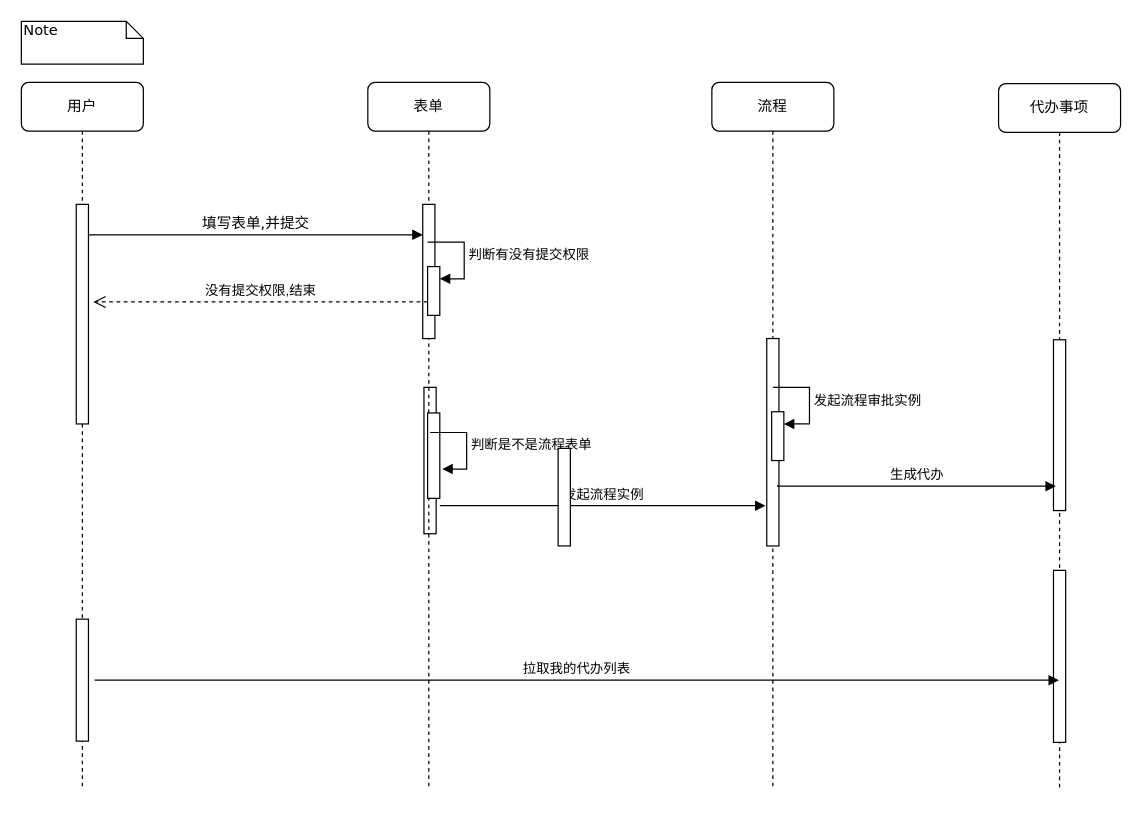
The draw.io diagram 未命名绘图.drawio in linxinqiang90/drawio, before the edit. Source tidied: cells renumbered, new cells numbered last; positions are measured from the earlier drawing's top-left corner, leaving out a move shared by most shapes. Both pictures are drawn from the tidied source at 122%, with x=0, y=0 at pixel (21, 21).
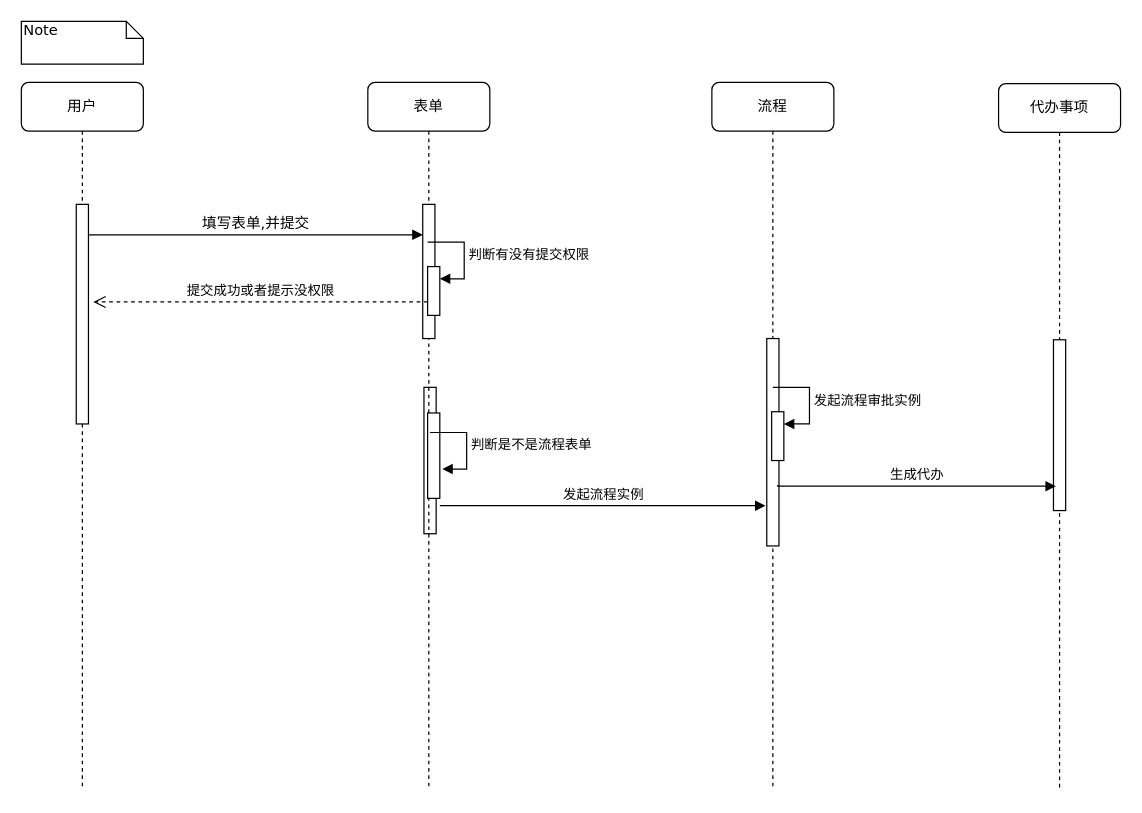
The same diagram, later.

Commit message (it also covers changes not shown here):
更新未命名绘图.drawio

Unchanged cells that the change refers to:
```xml
<mxCell id="3" value="表单" style="shape=umlLifeline;perimeter=lifelinePerimeter;whiteSpace=wrap;html=1;rounded=1;shadow=0;comic=0;labelBackgroundColor=none;strokeWidth=1;fontFamily=Verdana;fontSize=12;align=center;" parent="1" vertex="1">
  <mxGeometry x="284" y="50" width="100" height="580" as="geometry" />
</mxCell>
<mxCell id="11" value="用户" style="shape=umlLifeline;perimeter=lifelinePerimeter;whiteSpace=wrap;html=1;rounded=1;shadow=0;comic=0;labelBackgroundColor=none;strokeWidth=1;fontFamily=Verdana;fontSize=12;align=center;" parent="1" vertex="1">
  <mxGeometry y="50" width="100" height="580" as="geometry" />
</mxCell>
<mxCell id="12" style="html=1;points=[];perimeter=orthogonalPerimeter;rounded=0;shadow=0;comic=0;labelBackgroundColor=none;strokeWidth=1;fontFamily=Verdana;fontSize=12;align=center;" parent="11" vertex="1">
  <mxGeometry x="45" y="100" width="10" height="180" as="geometry" />
</mxCell>
<mxCell id="19" value="代办事项" style="shape=umlLifeline;perimeter=lifelinePerimeter;whiteSpace=wrap;html=1;outlineConnect=0;rounded=1;shadow=0;comic=0;labelBackgroundColor=none;strokeWidth=1;fontFamily=Verdana;fontSize=12;align=center;" parent="1" vertex="1">
  <mxGeometry x="801" y="51" width="100" height="580" as="geometry" />
</mxCell>
```

The edit, as a diff of the source:
```diff
@@
-    <mxCell id="6" value="没有提交权限,结束" style="html=1;verticalAlign=bottom;endArrow=open;dashed=1;endSize=8;edgeStyle=elbowEdgeStyle;elbow=vertical;curved=0;rounded=0;entryX=1.4;entryY=0.439;entryDx=0;entryDy=0;entryPerimeter=0;" parent="3" edge="1" target="12">
+    <mxCell id="6" value="提交成功或者提示没权限" style="html=1;verticalAlign=bottom;endArrow=open;dashed=1;endSize=8;edgeStyle=elbowEdgeStyle;elbow=vertical;curved=0;rounded=0;entryX=1.4;entryY=0.439;entryDx=0;entryDy=0;entryPerimeter=0;" parent="3" edge="1" target="12">
       <mxGeometry relative="1" as="geometry">
         <mxPoint x="49" y="180" as="sourcePoint" />
       </mxGeometry>
     </mxCell>
@@
-    <mxCell id="13" style="html=1;perimeter=orthogonalPerimeter;targetShapes=umlLifeline;newEdgeStyle={&quot;edgeStyle&quot;:&quot;elbowEdgeStyle&quot;,&quot;elbow&quot;:&quot;vertical&quot;,&quot;curved&quot;:0,&quot;rounded&quot;:0};" parent="11" vertex="1">
-      <mxGeometry x="45" y="440" width="10" height="100" as="geometry" />
-    </mxCell>
@@
-    <mxCell id="21" style="html=1;perimeter=orthogonalPerimeter;targetShapes=umlLifeline;newEdgeStyle={&quot;edgeStyle&quot;:&quot;elbowEdgeStyle&quot;,&quot;elbow&quot;:&quot;vertical&quot;,&quot;curved&quot;:0,&quot;rounded&quot;:0};" parent="19" vertex="1">
-      <mxGeometry x="45" y="399" width="10" height="141" as="geometry" />
-    </mxCell>
@@
-    <mxCell id="24" style="html=1;perimeter=orthogonalPerimeter;targetShapes=umlLifeline;newEdgeStyle={&quot;edgeStyle&quot;:&quot;elbowEdgeStyle&quot;,&quot;elbow&quot;:&quot;vertical&quot;,&quot;curved&quot;:0,&quot;rounded&quot;:0};" parent="1" vertex="1">
-      <mxGeometry x="440" y="350" width="10" height="80" as="geometry" />
-    </mxCell>
-    <mxCell id="25" value="拉取我的代办列表" style="html=1;verticalAlign=bottom;endArrow=block;edgeStyle=elbowEdgeStyle;elbow=vertical;curved=0;rounded=0;" parent="1" edge="1" target="19">
-      <mxGeometry relative="1" as="geometry">
-        <mxPoint x="60" y="540" as="sourcePoint" />
-      </mxGeometry>
-    </mxCell>
```
